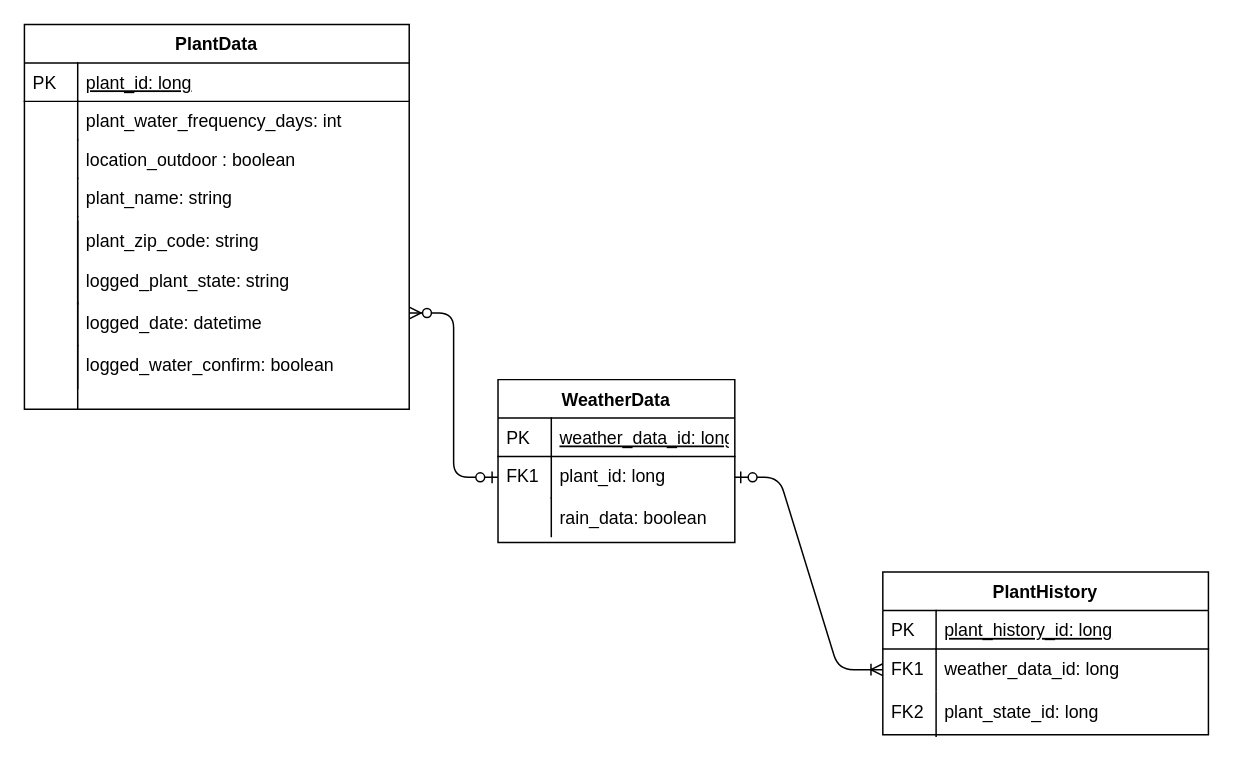
Earlier version of the draw.io diagram docs/img/erd.drawio (levisanchez/planta-dice). Source tidied: cells renumbered, new cells numbered last; positions are measured from the earlier drawing's top-left corner, leaving out a move shared by most shapes. Both pictures are drawn from the tidied source at 148%, with x=0, y=0 at pixel (24, 24).
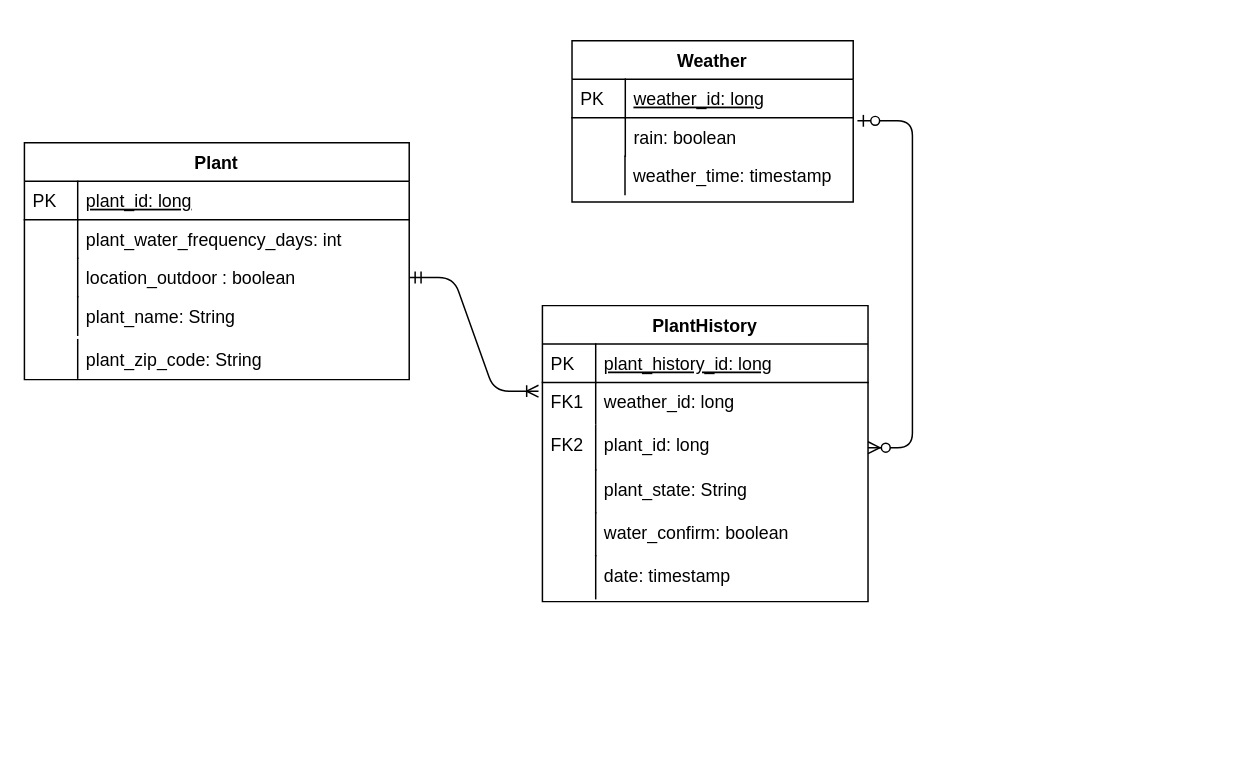
Above is the later version.

Commit message (it also covers changes not shown here):
updated ERD files and index for clarity

The change refers to these unchanged cells:
```xml
<mxCell id="20" value="location_outdoor : boolean" style="shape=partialRectangle;top=0;left=0;right=0;bottom=0;align=left;verticalAlign=top;fillColor=none;spacingLeft=40;spacingRight=4;overflow=hidden;points=[[0,0.5],[1,0.5]];portConstraint=eastwest;rounded=0;shadow=0;strokeWidth=1;" parent="15" vertex="1">
  <mxGeometry y="78" width="260" height="26" as="geometry" />
</mxCell>
```

Change to the diagram source:
```diff
@@
-    <mxCell id="2" value="rain_data: boolean" style="shape=partialRectangle;top=0;left=0;right=0;bottom=0;align=left;verticalAlign=top;fillColor=none;spacingLeft=40;spacingRight=4;overflow=hidden;rounded=0;shadow=0;strokeWidth=1;" parent="1" vertex="1">
-      <mxGeometry x="320" y="320" width="160" height="26" as="geometry" />
+    <mxCell id="2" value="rain: boolean" style="shape=partialRectangle;top=0;left=0;right=0;bottom=0;align=left;verticalAlign=top;fillColor=none;spacingLeft=40;spacingRight=4;overflow=hidden;rounded=0;shadow=0;strokeWidth=1;" parent="1" vertex="1">
+      <mxGeometry x="370" y="63" width="160" height="26" as="geometry" />
     </mxCell>
@@
-    <mxCell id="4" value="plant_zip_code: string" style="shape=partialRectangle;top=0;left=0;right=0;bottom=0;align=left;verticalAlign=top;fillColor=none;spacingLeft=40;spacingRight=4;overflow=hidden;rounded=0;shadow=0;strokeWidth=1;" parent="1" vertex="1">
-      <mxGeometry y="133" width="260" height="26" as="geometry" />
+    <mxCell id="4" value="plant_zip_code: String" style="shape=partialRectangle;top=0;left=0;right=0;bottom=0;align=left;verticalAlign=top;fillColor=none;spacingLeft=40;spacingRight=4;overflow=hidden;rounded=0;shadow=0;strokeWidth=1;" parent="1" vertex="1">
+      <mxGeometry y="213" width="260" height="26" as="geometry" />
     </mxCell>
@@
-    <mxCell id="6" value="plant_state_id: long" style="shape=partialRectangle;top=0;left=0;right=0;bottom=0;align=left;verticalAlign=top;fillColor=none;spacingLeft=40;spacingRight=4;overflow=hidden;points=[[0,0.5],[1,0.5]];portConstraint=eastwest;rounded=0;shadow=0;strokeWidth=1;" parent="1" vertex="1">
-      <mxGeometry x="580" y="451" width="220" height="30" as="geometry" />
+    <mxCell id="6" value="plant_id: long" style="shape=partialRectangle;top=0;left=0;right=0;bottom=0;align=left;verticalAlign=top;fillColor=none;spacingLeft=40;spacingRight=4;overflow=hidden;points=[[0,0.5],[1,0.5]];portConstraint=eastwest;rounded=0;shadow=0;strokeWidth=1;" parent="1" vertex="1">
+      <mxGeometry x="350" y="271" width="220" height="30" as="geometry" />
     </mxCell>
@@
-    <mxCell id="8" style="edgeStyle=entityRelationEdgeStyle;fontSize=12;html=1;endArrow=ERzeroToMany;endFill=1;startArrow=ERzeroToOne;startFill=1;" parent="1" edge="1" source="29" target="24">
-      <mxGeometry relative="1" as="geometry" />
-    </mxCell>
-    <mxCell id="9" value="logged_plant_state: string" style="shape=partialRectangle;top=0;left=0;right=0;bottom=0;align=left;verticalAlign=top;fillColor=none;spacingLeft=40;spacingRight=4;overflow=hidden;rounded=0;shadow=0;strokeWidth=1;" parent="1" vertex="1">
-      <mxGeometry y="160" width="260" height="29" as="geometry" />
-    </mxCell>
-    <mxCell id="10" style="shape=partialRectangle;top=0;left=0;bottom=0;fillColor=none;align=left;verticalAlign=top;spacingLeft=4;spacingRight=4;overflow=hidden;" parent="9" vertex="1">
-      <mxGeometry width="36" height="29" as="geometry" />
-    </mxCell>
-    <mxCell id="11" value="logged_date: datetime" style="shape=partialRectangle;top=0;left=0;right=0;bottom=0;align=left;verticalAlign=top;fillColor=none;spacingLeft=40;spacingRight=4;overflow=hidden;rounded=0;shadow=0;strokeWidth=1;" parent="1" vertex="1">
-      <mxGeometry y="188" width="260" height="29" as="geometry" />
-    </mxCell>
-    <mxCell id="12" style="shape=partialRectangle;top=0;left=0;bottom=0;fillColor=none;align=left;verticalAlign=top;spacingLeft=4;spacingRight=4;overflow=hidden;" parent="11" vertex="1">
-      <mxGeometry width="36" height="29" as="geometry" />
-    </mxCell>
-    <mxCell id="13" value="logged_water_confirm: boolean&#10;" style="shape=partialRectangle;top=0;left=0;right=0;bottom=0;align=left;verticalAlign=top;fillColor=none;spacingLeft=40;spacingRight=4;overflow=hidden;rounded=0;shadow=0;strokeWidth=1;" parent="1" vertex="1">
-      <mxGeometry y="217" width="260" height="29" as="geometry" />
-    </mxCell>
-    <mxCell id="14" style="shape=partialRectangle;top=0;left=0;bottom=0;fillColor=none;align=left;verticalAlign=top;spacingLeft=4;spacingRight=4;overflow=hidden;" parent="13" vertex="1">
-      <mxGeometry width="36" height="29" as="geometry" />
-    </mxCell>
+    <mxCell id="26" value="Weather" style="swimlane;fontStyle=1;horizontal=1;startSize=26;rounded=0;shadow=0;strokeWidth=1;" parent="1" vertex="1">
+      <mxGeometry x="370" y="11" width="190" height="109" as="geometry" />
+    </mxCell>
+    <mxCell id="27" value="weather_id: long" style="shape=partialRectangle;top=0;left=0;right=0;bottom=1;align=left;verticalAlign=top;fillColor=none;spacingLeft=40;spacingRight=4;overflow=hidden;points=[[0,0.5],[1,0.5]];portConstraint=eastwest;rounded=0;shadow=0;strokeWidth=1;fontStyle=4;" parent="26" vertex="1">
+      <mxGeometry y="26" width="190" height="26" as="geometry" />
+    </mxCell>
+    <mxCell id="28" value="PK" style="shape=partialRectangle;top=0;left=0;bottom=0;fillColor=none;align=left;verticalAlign=top;spacingLeft=4;spacingRight=4;overflow=hidden;" parent="27" vertex="1">
+      <mxGeometry width="36" height="26" as="geometry" />
+    </mxCell>
+    <mxCell id="37" value="plant_state: String" style="shape=partialRectangle;top=0;left=0;right=0;bottom=0;align=left;verticalAlign=top;fillColor=none;spacingLeft=40;spacingRight=4;overflow=hidden;rounded=0;shadow=0;strokeWidth=1;" parent="1" vertex="1">
+      <mxGeometry x="350" y="301" width="220" height="29" as="geometry" />
+    </mxCell>
+    <mxCell id="38" style="shape=partialRectangle;top=0;left=0;bottom=0;fillColor=none;align=left;verticalAlign=top;spacingLeft=4;spacingRight=4;overflow=hidden;" parent="37" vertex="1">
+      <mxGeometry width="36" height="29" as="geometry" />
+    </mxCell>
+    <mxCell id="39" value="date: timestamp" style="shape=partialRectangle;top=0;left=0;right=0;bottom=0;align=left;verticalAlign=top;fillColor=none;spacingLeft=40;spacingRight=4;overflow=hidden;rounded=0;shadow=0;strokeWidth=1;" parent="1" vertex="1">
+      <mxGeometry x="350" y="359" width="220" height="29" as="geometry" />
+    </mxCell>
+    <mxCell id="40" style="shape=partialRectangle;top=0;left=0;bottom=0;fillColor=none;align=left;verticalAlign=top;spacingLeft=4;spacingRight=4;overflow=hidden;" parent="39" vertex="1">
+      <mxGeometry width="36" height="29" as="geometry" />
+    </mxCell>
+    <mxCell id="41" value="water_confirm: boolean&#10;" style="shape=partialRectangle;top=0;left=0;right=0;bottom=0;align=left;verticalAlign=top;fillColor=none;spacingLeft=40;spacingRight=4;overflow=hidden;rounded=0;shadow=0;strokeWidth=1;" parent="1" vertex="1">
+      <mxGeometry x="350" y="330" width="220" height="29" as="geometry" />
+    </mxCell>
+    <mxCell id="42" style="shape=partialRectangle;top=0;left=0;bottom=0;fillColor=none;align=left;verticalAlign=top;spacingLeft=4;spacingRight=4;overflow=hidden;" parent="41" vertex="1">
+      <mxGeometry width="36" height="29" as="geometry" />
+    </mxCell>
-    <mxCell id="15" value="PlantData" style="swimlane;fontStyle=1;horizontal=1;startSize=26;rounded=0;shadow=0;strokeWidth=1;" parent="1" vertex="1">
-      <mxGeometry width="260" height="260" as="geometry" />
+    <mxCell id="15" value="Plant" style="swimlane;fontStyle=1;horizontal=1;startSize=26;rounded=0;shadow=0;strokeWidth=1;" parent="1" vertex="1">
+      <mxGeometry y="80" width="260" height="160" as="geometry" />
     </mxCell>
@@
-    <mxCell id="22" value="plant_name: string" style="shape=partialRectangle;top=0;left=0;right=0;bottom=0;align=left;verticalAlign=top;fillColor=none;spacingLeft=40;spacingRight=4;overflow=hidden;rounded=0;shadow=0;strokeWidth=1;" parent="15" vertex="1">
+    <mxCell id="22" value="plant_name: String" style="shape=partialRectangle;top=0;left=0;right=0;bottom=0;align=left;verticalAlign=top;fillColor=none;spacingLeft=40;spacingRight=4;overflow=hidden;rounded=0;shadow=0;strokeWidth=1;" parent="15" vertex="1">
       <mxGeometry y="104" width="260" height="26" as="geometry" />
     </mxCell>
@@
-    <mxCell id="24" style="shape=partialRectangle;top=0;left=0;right=0;bottom=0;align=left;verticalAlign=top;fillColor=none;spacingLeft=40;spacingRight=4;overflow=hidden;points=[[0,0.5],[1,0.5]];portConstraint=eastwest;rounded=0;shadow=0;strokeWidth=1;" parent="15" vertex="1">
-      <mxGeometry y="130" width="260" height="130" as="geometry" />
-    </mxCell>
-    <mxCell id="25" style="shape=partialRectangle;top=0;left=0;bottom=0;fillColor=none;align=left;verticalAlign=top;spacingLeft=4;spacingRight=4;overflow=hidden;" parent="24" vertex="1">
-      <mxGeometry width="36" height="130" as="geometry" />
-    </mxCell>
-    <mxCell id="26" value="WeatherData" style="swimlane;fontStyle=1;horizontal=1;startSize=26;rounded=0;shadow=0;strokeWidth=1;" parent="1" vertex="1">
-      <mxGeometry x="320" y="240" width="160" height="110" as="geometry" />
-    </mxCell>
-    <mxCell id="27" value="weather_data_id: long" style="shape=partialRectangle;top=0;left=0;right=0;bottom=1;align=left;verticalAlign=top;fillColor=none;spacingLeft=40;spacingRight=4;overflow=hidden;points=[[0,0.5],[1,0.5]];portConstraint=eastwest;rounded=0;shadow=0;strokeWidth=1;fontStyle=4;" parent="26" vertex="1">
-      <mxGeometry y="26" width="160" height="26" as="geometry" />
-    </mxCell>
-    <mxCell id="28" value="PK" style="shape=partialRectangle;top=0;left=0;bottom=0;fillColor=none;align=left;verticalAlign=top;spacingLeft=4;spacingRight=4;overflow=hidden;" parent="27" vertex="1">
-      <mxGeometry width="36" height="26" as="geometry" />
-    </mxCell>
-    <mxCell id="29" value="plant_id: long" style="shape=partialRectangle;top=0;left=0;right=0;bottom=0;align=left;verticalAlign=top;fillColor=none;spacingLeft=40;spacingRight=4;overflow=hidden;points=[[0,0.5],[1,0.5]];portConstraint=eastwest;rounded=0;shadow=0;strokeWidth=1;" parent="26" vertex="1">
-      <mxGeometry y="52" width="160" height="28" as="geometry" />
-    </mxCell>
-    <mxCell id="30" value="FK1" style="shape=partialRectangle;top=0;left=0;bottom=0;fillColor=none;align=left;verticalAlign=top;spacingLeft=4;spacingRight=4;overflow=hidden;" parent="29" vertex="1">
-      <mxGeometry width="36" height="28" as="geometry" />
-    </mxCell>
-    <mxCell id="31" style="edgeStyle=entityRelationEdgeStyle;fontSize=12;html=1;endArrow=ERoneToMany;startArrow=ERzeroToOne;exitX=1;exitY=0.5;exitDx=0;exitDy=0;entryX=0;entryY=0.5;entryDx=0;entryDy=0;" parent="1" edge="1" source="29" target="35">
-      <mxGeometry relative="1" as="geometry" />
-    </mxCell>
     <mxCell id="32" value="PlantHistory" style="swimlane;fontStyle=1;horizontal=1;startSize=26;rounded=0;shadow=0;strokeWidth=1;" parent="1" vertex="1">
-      <mxGeometry x="580" y="370" width="220" height="110" as="geometry" />
+      <mxGeometry x="350" y="190" width="220" height="200" as="geometry" />
     </mxCell>
@@
-    <mxCell id="35" value="weather_data_id: long" style="shape=partialRectangle;top=0;left=0;right=0;bottom=0;align=left;verticalAlign=top;fillColor=none;spacingLeft=40;spacingRight=4;overflow=hidden;points=[[0,0.5],[1,0.5]];portConstraint=eastwest;rounded=0;shadow=0;strokeWidth=1;" parent="32" vertex="1">
+    <mxCell id="35" value="weather_id: long" style="shape=partialRectangle;top=0;left=0;right=0;bottom=0;align=left;verticalAlign=top;fillColor=none;spacingLeft=40;spacingRight=4;overflow=hidden;points=[[0,0.5],[1,0.5]];portConstraint=eastwest;rounded=0;shadow=0;strokeWidth=1;" parent="32" vertex="1">
       <mxGeometry y="52" width="220" height="28" as="geometry" />
     </mxCell>
@@
+    <mxCell id="43" style="edgeStyle=entityRelationEdgeStyle;fontSize=12;html=1;endArrow=ERoneToMany;startArrow=ERmandOne;exitX=1;exitY=0.5;exitDx=0;exitDy=0;entryX=-0.012;entryY=0.207;entryDx=0;entryDy=0;entryPerimeter=0;" parent="1" edge="1" source="20" target="35">
+      <mxGeometry relative="1" as="geometry" />
+    </mxCell>
+    <mxCell id="44" value="  weather_time: timestamp" style="shape=partialRectangle;top=0;left=0;right=0;bottom=0;align=left;verticalAlign=top;fillColor=none;spacingLeft=40;spacingRight=4;overflow=hidden;rounded=0;shadow=0;strokeWidth=1;" parent="1" vertex="1">
+      <mxGeometry x="363" y="89" width="190" height="26" as="geometry" />
+    </mxCell>
+    <mxCell id="45" style="shape=partialRectangle;top=0;left=0;bottom=0;fillColor=none;align=left;verticalAlign=top;spacingLeft=4;spacingRight=4;overflow=hidden;" parent="44" vertex="1">
+      <mxGeometry width="42.8" height="26" as="geometry" />
+    </mxCell>
+    <mxCell id="46" style="edgeStyle=entityRelationEdgeStyle;fontSize=12;html=1;endArrow=ERzeroToMany;startArrow=ERzeroToOne;exitX=1.015;exitY=1.082;exitDx=0;exitDy=0;exitPerimeter=0;" parent="1" edge="1" source="27" target="6">
+      <mxGeometry relative="1" as="geometry" />
+    </mxCell>
```
